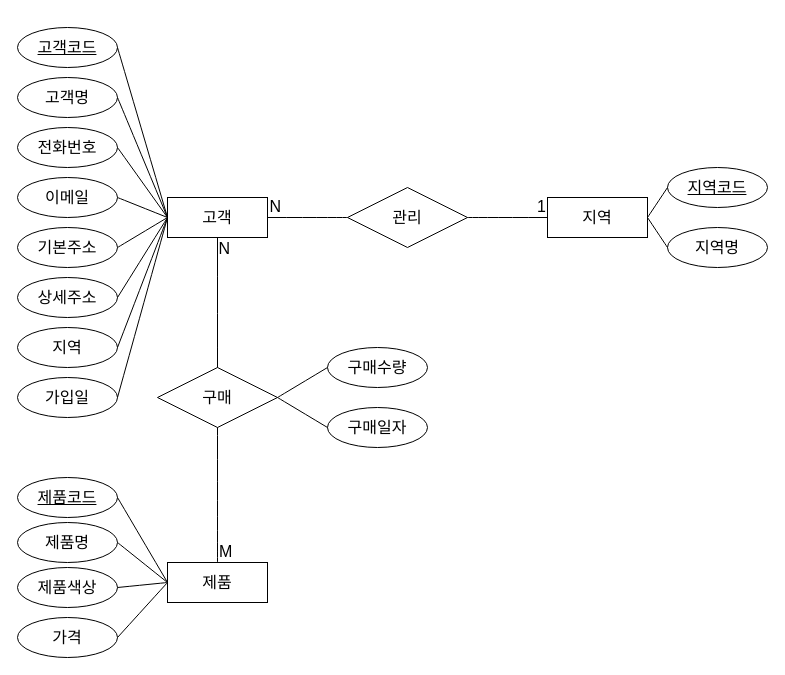
Earlier version of the draw.io diagram page "ERD" (1 of 2) of 온라인상거래.drawio (Unbbox/oraclesource). Source tidied: cells renumbered, new cells numbered last; positions are measured from the earlier drawing's top-left corner, leaving out a move shared by most shapes. Both pictures are drawn from the tidied source at 100%, with x=0, y=0 at pixel (17, 27).
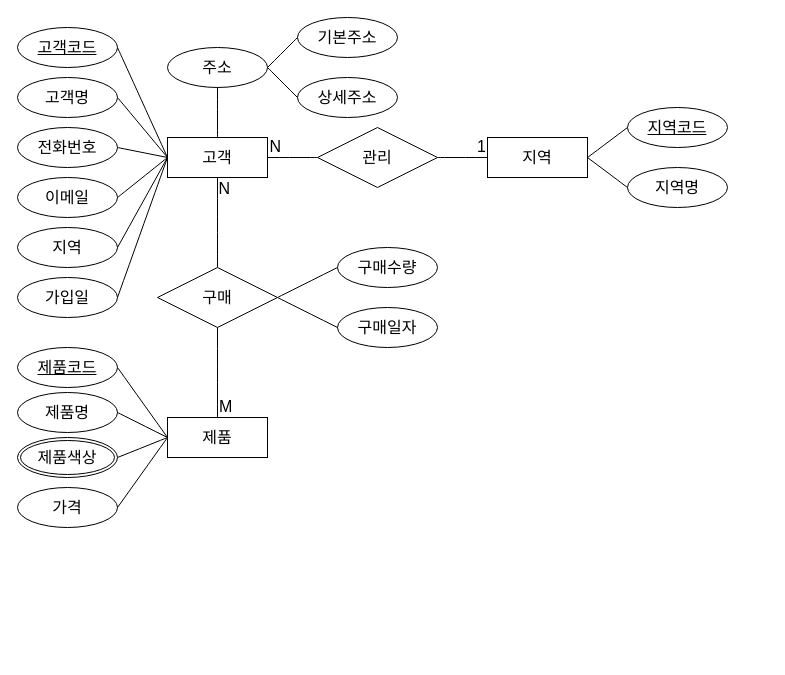
The same diagram, later.

The edit, as a diff of the source:
```diff
@@
     <mxCell id="2" value="고객" style="whiteSpace=wrap;html=1;align=center;fontSize=16;" parent="1" vertex="1">
-      <mxGeometry x="150" y="170" width="100" height="40" as="geometry" />
+      <mxGeometry x="150" y="110" width="100" height="40" as="geometry" />
     </mxCell>
@@
     <mxCell id="6" value="지역" style="ellipse;whiteSpace=wrap;html=1;align=center;fontSize=16;" parent="1" vertex="1">
-      <mxGeometry y="300" width="100" height="40" as="geometry" />
+      <mxGeometry y="200" width="100" height="40" as="geometry" />
     </mxCell>
     <mxCell id="7" value="상세주소" style="ellipse;whiteSpace=wrap;html=1;align=center;fontSize=16;" parent="1" vertex="1">
-      <mxGeometry y="250" width="100" height="40" as="geometry" />
+      <mxGeometry x="280" y="50" width="100" height="40" as="geometry" />
     </mxCell>
     <mxCell id="8" value="기본주소" style="ellipse;whiteSpace=wrap;html=1;align=center;fontSize=16;" parent="1" vertex="1">
-      <mxGeometry y="200" width="100" height="40" as="geometry" />
+      <mxGeometry x="280" y="-10" width="100" height="40" as="geometry" />
     </mxCell>
@@
     <mxCell id="10" value="가입일" style="ellipse;whiteSpace=wrap;html=1;align=center;fontSize=16;" parent="1" vertex="1">
-      <mxGeometry y="350" width="100" height="40" as="geometry" />
+      <mxGeometry y="250" width="100" height="40" as="geometry" />
     </mxCell>
@@
-    <mxCell id="15" style="endArrow=none;html=1;rounded=0;fontSize=12;startSize=8;endSize=8;curved=1;exitX=1;exitY=0.5;exitDx=0;exitDy=0;entryX=0;entryY=0.5;entryDx=0;entryDy=0;" parent="1" edge="1" source="8" target="2">
+    <mxCell id="15" style="endArrow=none;html=1;rounded=0;fontSize=12;startSize=8;endSize=8;curved=1;exitX=0;exitY=0.5;exitDx=0;exitDy=0;entryX=1;entryY=0.5;entryDx=0;entryDy=0;" parent="1" edge="1" source="8" target="46">
       <mxGeometry relative="1" as="geometry" />
     </mxCell>
-    <mxCell id="16" style="endArrow=none;html=1;rounded=0;fontSize=12;startSize=8;endSize=8;curved=1;entryX=1;entryY=0.5;entryDx=0;entryDy=0;exitX=0;exitY=0.5;exitDx=0;exitDy=0;" parent="1" edge="1" source="2" target="7">
+    <mxCell id="16" style="endArrow=none;html=1;rounded=0;fontSize=12;startSize=8;endSize=8;curved=1;entryX=0;entryY=0.5;entryDx=0;entryDy=0;exitX=1;exitY=0.5;exitDx=0;exitDy=0;" parent="1" edge="1" source="46" target="7">
       <mxGeometry relative="1" as="geometry" />
     </mxCell>
@@
     <mxCell id="19" value="지역" style="whiteSpace=wrap;html=1;align=center;fontSize=16;" parent="1" vertex="1">
-      <mxGeometry x="530" y="170" width="100" height="40" as="geometry" />
+      <mxGeometry x="470" y="110" width="100" height="40" as="geometry" />
     </mxCell>
     <mxCell id="20" value="지역코드" style="ellipse;whiteSpace=wrap;html=1;align=center;fontStyle=4;fontSize=16;" parent="1" vertex="1">
-      <mxGeometry x="650" y="140" width="100" height="40" as="geometry" />
+      <mxGeometry x="610" y="80" width="100" height="40" as="geometry" />
     </mxCell>
     <mxCell id="21" value="지역명" style="ellipse;whiteSpace=wrap;html=1;align=center;fontSize=16;" parent="1" vertex="1">
-      <mxGeometry x="650" y="200" width="100" height="40" as="geometry" />
+      <mxGeometry x="610" y="140" width="100" height="40" as="geometry" />
     </mxCell>
@@
     <mxCell id="24" value="제품" style="whiteSpace=wrap;html=1;align=center;fontSize=16;" parent="1" vertex="1">
-      <mxGeometry x="150" y="535" width="100" height="40" as="geometry" />
+      <mxGeometry x="150" y="390" width="100" height="40" as="geometry" />
     </mxCell>
     <mxCell id="25" value="제품코드" style="ellipse;whiteSpace=wrap;html=1;align=center;fontStyle=4;fontSize=16;" parent="1" vertex="1">
-      <mxGeometry y="450" width="100" height="40" as="geometry" />
+      <mxGeometry y="320" width="100" height="40" as="geometry" />
     </mxCell>
     <mxCell id="26" value="제품명" style="ellipse;whiteSpace=wrap;html=1;align=center;fontSize=16;" parent="1" vertex="1">
-      <mxGeometry y="495" width="100" height="40" as="geometry" />
+      <mxGeometry y="365" width="100" height="40" as="geometry" />
     </mxCell>
-    <mxCell id="27" value="제품색상" style="ellipse;whiteSpace=wrap;html=1;align=center;fontSize=16;" parent="1" vertex="1">
-      <mxGeometry y="540" width="100" height="40" as="geometry" />
-    </mxCell>
     <mxCell id="28" value="가격" style="ellipse;whiteSpace=wrap;html=1;align=center;fontSize=16;" parent="1" vertex="1">
-      <mxGeometry y="590" width="100" height="40" as="geometry" />
+      <mxGeometry y="460" width="100" height="40" as="geometry" />
     </mxCell>
@@
-    <mxCell id="31" style="endArrow=none;html=1;rounded=0;fontSize=12;startSize=8;endSize=8;curved=1;entryX=1;entryY=0.5;entryDx=0;entryDy=0;" parent="1" edge="1" target="27">
-      <mxGeometry relative="1" as="geometry">
-        <mxPoint x="150" y="555" as="sourcePoint" />
-      </mxGeometry>
+    <mxCell id="31" style="endArrow=none;html=1;rounded=0;fontSize=12;startSize=8;endSize=8;curved=1;entryX=1;entryY=0.5;entryDx=0;entryDy=0;exitX=0;exitY=0.5;exitDx=0;exitDy=0;" parent="1" edge="1" source="24" target="27">
+      <mxGeometry relative="1" as="geometry" />
     </mxCell>
@@
     <mxCell id="33" value="관리" style="shape=rhombus;perimeter=rhombusPerimeter;whiteSpace=wrap;html=1;align=center;fontSize=16;" parent="1" vertex="1">
-      <mxGeometry x="330" y="160" width="120" height="60" as="geometry" />
+      <mxGeometry x="300" y="100" width="120" height="60" as="geometry" />
     </mxCell>
@@
-    <mxCell id="38" style="endArrow=none;html=1;rounded=0;fontSize=12;startSize=8;endSize=8;curved=1;entryX=0.5;entryY=1;entryDx=0;entryDy=0;exitX=0.5;exitY=0;exitDx=0;exitDy=0;" parent="1" edge="1" source="24" target="2">
+    <mxCell id="38" style="endArrow=none;html=1;rounded=0;fontSize=12;startSize=8;endSize=8;curved=1;entryX=0.5;entryY=1;entryDx=0;entryDy=0;exitX=0.5;exitY=0;exitDx=0;exitDy=0;" parent="1" edge="1" source="41" target="2">
       <mxGeometry relative="1" as="geometry" />
     </mxCell>
-    <mxCell id="39" value="M" style="html=1;whiteSpace=wrap;align=left;verticalAlign=bottom;fontSize=16;" parent="38" vertex="1">
-      <mxGeometry x="-1" relative="1" as="geometry" />
-    </mxCell>
@@
-    <mxCell id="41" value="구매" style="shape=rhombus;perimeter=rhombusPerimeter;whiteSpace=wrap;html=1;align=center;fontSize=16;" parent="1" vertex="1">
-      <mxGeometry x="140" y="340" width="120" height="60" as="geometry" />
-    </mxCell>
     <mxCell id="42" value="구매수량" style="ellipse;whiteSpace=wrap;html=1;align=center;fontSize=16;" parent="1" vertex="1">
-      <mxGeometry x="310" y="320" width="100" height="40" as="geometry" />
+      <mxGeometry x="320" y="220" width="100" height="40" as="geometry" />
     </mxCell>
     <mxCell id="43" value="구매일자" style="ellipse;whiteSpace=wrap;html=1;align=center;fontSize=16;" parent="1" vertex="1">
-      <mxGeometry x="310" y="380" width="100" height="40" as="geometry" />
+      <mxGeometry x="320" y="280" width="100" height="40" as="geometry" />
     </mxCell>
@@
+    <mxCell id="27" value="제품색상" style="ellipse;shape=doubleEllipse;margin=3;whiteSpace=wrap;html=1;align=center;fontSize=16;" parent="1" vertex="1">
+      <mxGeometry y="410" width="100" height="40" as="geometry" />
+    </mxCell>
+    <mxCell id="46" value="주소" style="ellipse;whiteSpace=wrap;html=1;align=center;fontSize=16;" parent="1" vertex="1">
+      <mxGeometry x="150" y="20" width="100" height="40" as="geometry" />
+    </mxCell>
+    <mxCell id="47" style="endArrow=none;html=1;rounded=0;fontSize=12;startSize=8;endSize=8;curved=1;entryX=0.5;entryY=1;entryDx=0;entryDy=0;exitX=0.5;exitY=0;exitDx=0;exitDy=0;" parent="1" edge="1" source="2" target="46">
+      <mxGeometry relative="1" as="geometry" />
+    </mxCell>
+    <mxCell id="48" style="endArrow=none;html=1;rounded=0;fontSize=12;startSize=8;endSize=8;curved=1;entryX=0.5;entryY=1;entryDx=0;entryDy=0;exitX=0.5;exitY=0;exitDx=0;exitDy=0;" parent="1" edge="1" source="24" target="41">
+      <mxGeometry relative="1" as="geometry" />
+    </mxCell>
+    <mxCell id="39" value="M" style="html=1;whiteSpace=wrap;align=left;verticalAlign=bottom;fontSize=16;" parent="48" vertex="1">
+      <mxGeometry x="-1" relative="1" as="geometry" />
+    </mxCell>
+    <mxCell id="41" value="구매" style="shape=rhombus;perimeter=rhombusPerimeter;whiteSpace=wrap;html=1;align=center;fontSize=16;" parent="1" vertex="1">
+      <mxGeometry x="140" y="240" width="120" height="60" as="geometry" />
+    </mxCell>
```
